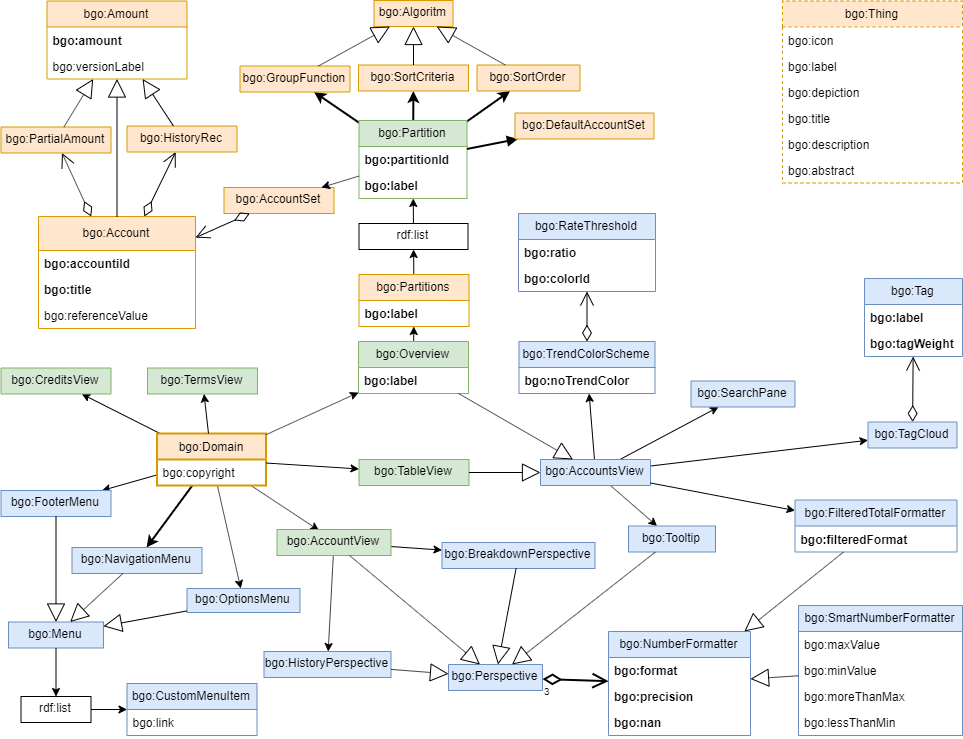
Before: v1/bgo/doc/uml-diagram.png, a diagram exported from draw.io (linkeddatacenter/LODMAP-ontologies). Source tidied: cells renumbered, new cells last; positions are measured from the earlier drawing's top-left corner, leaving out a move shared by most shapes.
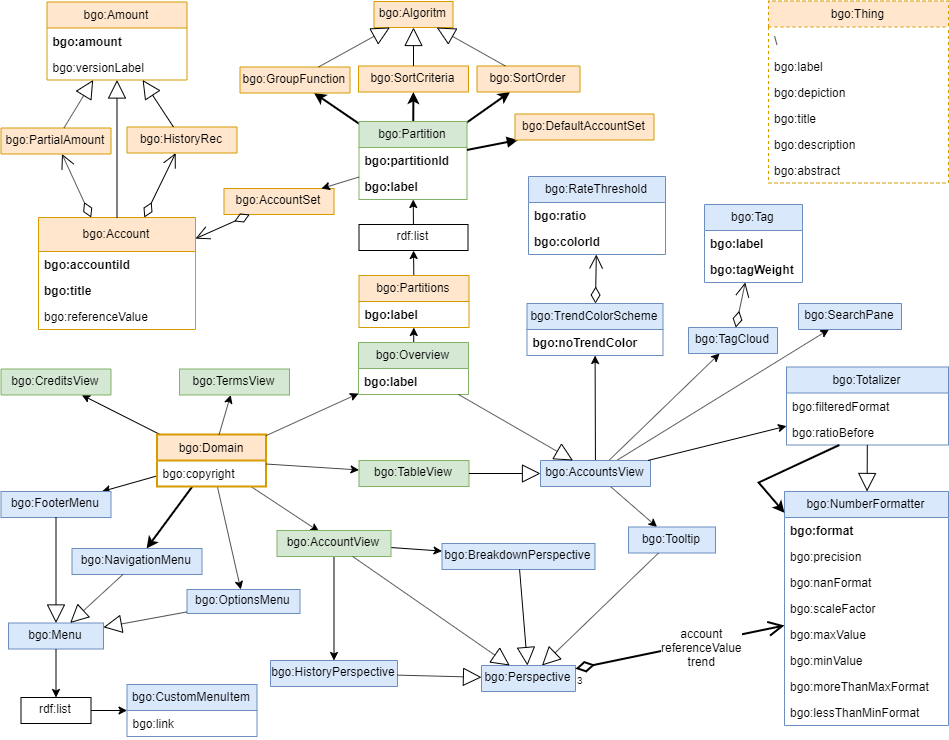
The same file after the commit.

The edit, as a diff of the source:
```diff
@@ -45,9 +45,9 @@
       <mxGeometry x="-0.05" y="-7" relative="1" as="geometry" />
     </mxCell>
     <mxCell id="16" value="bgo:Thing" style="swimlane;fontStyle=0;horizontal=1;startSize=26;fillColor=#ffe6cc;swimlaneFillColor=#ffffff;strokeColor=#d79b00;dashed=1;" parent="1" vertex="1">
-      <mxGeometry x="782" y="0.5" width="180" height="182" as="geometry" />
+      <mxGeometry x="768" y="-0.5" width="180" height="182" as="geometry" />
     </mxCell>
-    <mxCell id="17" value="bgo:icon" style="text;strokeColor=none;fillColor=none;align=left;verticalAlign=top;spacingLeft=4;spacingRight=4;overflow=hidden;dashed=1;" parent="16" vertex="1">
+    <mxCell id="17" value="\" style="text;strokeColor=none;fillColor=none;align=left;verticalAlign=top;spacingLeft=4;spacingRight=4;overflow=hidden;dashed=1;" parent="16" vertex="1">
       <mxGeometry y="26" width="180" height="26" as="geometry" />
     </mxCell>
     <mxCell id="18" value="bgo:label" style="text;strokeColor=none;fillColor=none;align=left;verticalAlign=top;spacingLeft=4;spacingRight=4;overflow=hidden;dashed=1;fontStyle=0;" parent="16" vertex="1">
@@ -184,13 +184,13 @@
       <mxGeometry x="540" y="459" width="110" height="26" as="geometry" />
     </mxCell>
     <mxCell id="61" value="bgo:HistoryPerspective" style="swimlane;fontStyle=0;horizontal=1;startSize=26;fillColor=#dae8fc;swimlaneFillColor=#ffffff;strokeColor=#6c8ebf;" parent="1" vertex="1" collapsed="1">
-      <mxGeometry x="263.5" y="651" width="127" height="26" as="geometry" />
+      <mxGeometry x="270" y="659" width="127" height="26" as="geometry" />
     </mxCell>
     <mxCell id="62" value="bgo:CreditsView" style="swimlane;fontStyle=0;horizontal=1;startSize=26;fillColor=#d5e8d4;swimlaneFillColor=#ffffff;strokeColor=#82b366;" parent="1" vertex="1" collapsed="1">
       <mxGeometry x="0.5" y="367.5" width="110" height="26" as="geometry" />
     </mxCell>
     <mxCell id="63" value="bgo:TermsView" style="swimlane;fontStyle=0;horizontal=1;startSize=26;fillColor=#d5e8d4;swimlaneFillColor=#ffffff;strokeColor=#82b366;" parent="1" vertex="1" collapsed="1">
-      <mxGeometry x="147" y="367.5" width="110" height="26" as="geometry" />
+      <mxGeometry x="179" y="367.5" width="110" height="26" as="geometry" />
     </mxCell>
     <mxCell id="64" value="bgo:NavigationMenu" style="swimlane;fontStyle=0;horizontal=1;startSize=26;fillColor=#dae8fc;swimlaneFillColor=#ffffff;strokeColor=#6c8ebf;" parent="1" vertex="1" collapsed="1">
       <mxGeometry x="71.5" y="547" width="130" height="26" as="geometry" />
@@ -235,13 +235,13 @@
       <mxGeometry y="26" width="130" height="26" as="geometry" />
     </mxCell>
     <mxCell id="78" value="bgo:SearchPane" style="swimlane;fontStyle=0;horizontal=1;startSize=26;fillColor=#dae8fc;swimlaneFillColor=#ffffff;strokeColor=#6c8ebf;" parent="1" vertex="1" collapsed="1">
-      <mxGeometry x="690.5" y="380.5" width="104" height="26" as="geometry" />
+      <mxGeometry x="798" y="302" width="103" height="26" as="geometry" />
     </mxCell>
     <mxCell id="79" value="bgo:TagCloud" style="swimlane;fontStyle=0;horizontal=1;startSize=26;fillColor=#dae8fc;swimlaneFillColor=#ffffff;strokeColor=#6c8ebf;" parent="1" vertex="1" collapsed="1">
-      <mxGeometry x="867.5" y="421.5" width="89" height="26" as="geometry" />
+      <mxGeometry x="688" y="326" width="89" height="26" as="geometry" />
     </mxCell>
     <mxCell id="80" value="bgo:TrendColorScheme" style="swimlane;fontStyle=0;horizontal=1;startSize=26;fillColor=#dae8fc;swimlaneFillColor=#ffffff;strokeColor=#6c8ebf;" parent="1" vertex="1">
-      <mxGeometry x="518.5" y="341" width="136" height="52" as="geometry" />
+      <mxGeometry x="526.5" y="302" width="136" height="52" as="geometry" />
     </mxCell>
     <mxCell id="81" value="bgo:noTrendColor" style="text;strokeColor=none;fillColor=none;align=left;verticalAlign=top;spacingLeft=4;spacingRight=4;overflow=hidden;fontStyle=1;" parent="80" vertex="1">
       <mxGeometry y="26" width="136" height="26" as="geometry" />
@@ -288,7 +288,7 @@
       <mxGeometry y="26" width="110" height="26" as="geometry" />
     </mxCell>
     <mxCell id="95" value="bgo:RateThreshold" style="swimlane;fontStyle=0;horizontal=1;startSize=26;fillColor=#dae8fc;swimlaneFillColor=#ffffff;strokeColor=#6c8ebf;" parent="1" vertex="1">
-      <mxGeometry x="518" y="213" width="137" height="78" as="geometry" />
+      <mxGeometry x="528" y="175" width="137" height="78" as="geometry" />
     </mxCell>
     <mxCell id="96" value="bgo:ratio" style="text;strokeColor=none;fillColor=none;align=left;verticalAlign=top;spacingLeft=4;spacingRight=4;overflow=hidden;fontStyle=1;" parent="95" vertex="1">
       <mxGeometry y="26" width="137" height="26" as="geometry" />
@@ -308,7 +308,7 @@
       <mxGeometry x="1" relative="1" as="geometry" />
     </mxCell>
     <mxCell id="101" value="bgo:Tag" style="swimlane;fontStyle=0;horizontal=1;startSize=26;fillColor=#dae8fc;swimlaneFillColor=#ffffff;strokeColor=#6c8ebf;" parent="1" vertex="1">
-      <mxGeometry x="864" y="278" width="98" height="78" as="geometry" />
+      <mxGeometry x="704" y="203" width="98" height="78" as="geometry" />
     </mxCell>
     <mxCell id="102" value="bgo:label" style="text;strokeColor=none;fillColor=none;align=left;verticalAlign=top;spacingLeft=4;spacingRight=4;overflow=hidden;dashed=1;fontStyle=1;" parent="101" vertex="1">
       <mxGeometry y="26" width="98" height="26" as="geometry" />
@@ -336,18 +336,6 @@
     <mxCell id="109" value="bgo:BreakdownPerspective" style="swimlane;fontStyle=0;horizontal=1;startSize=26;fillColor=#dae8fc;swimlaneFillColor=#ffffff;strokeColor=#6c8ebf;" parent="1" vertex="1" collapsed="1">
       <mxGeometry x="441.5" y="542" width="153" height="26" as="geometry" />
     </mxCell>
-    <mxCell id="110" value="bgo:NumberFormatter" style="swimlane;fontStyle=0;horizontal=1;startSize=26;fillColor=#dae8fc;swimlaneFillColor=#ffffff;strokeColor=#6c8ebf;" parent="1" vertex="1">
-      <mxGeometry x="608" y="631" width="142" height="104" as="geometry" />
-    </mxCell>
-    <mxCell id="111" value="bgo:format" style="text;strokeColor=none;fillColor=none;align=left;verticalAlign=top;spacingLeft=4;spacingRight=4;overflow=hidden;fontStyle=1;" parent="110" vertex="1">
-      <mxGeometry y="26" width="142" height="26" as="geometry" />
-    </mxCell>
-    <mxCell id="112" value="bgo:precision" style="text;strokeColor=none;fillColor=none;align=left;verticalAlign=top;spacingLeft=4;spacingRight=4;overflow=hidden;fontStyle=1;" parent="110" vertex="1">
-      <mxGeometry y="52" width="142" height="26" as="geometry" />
-    </mxCell>
-    <mxCell id="113" value="bgo:nan" style="text;strokeColor=none;fillColor=none;align=left;verticalAlign=top;spacingLeft=4;spacingRight=4;overflow=hidden;fontStyle=1;" parent="110" vertex="1">
-      <mxGeometry y="78" width="142" height="26" as="geometry" />
-    </mxCell>
     <mxCell id="114" value="bgo:Tooltip" style="swimlane;fontStyle=0;horizontal=1;startSize=34;fillColor=#dae8fc;swimlaneFillColor=#ffffff;strokeColor=#6c8ebf;" parent="1" vertex="1" collapsed="1">
       <mxGeometry x="628" y="525.5" width="87" height="26" as="geometry" />
     </mxCell>
@@ -357,38 +345,50 @@
     <mxCell id="116" style="edgeStyle=none;rounded=0;orthogonalLoop=1;jettySize=auto;html=1;exitX=0.5;exitY=1;exitDx=0;exitDy=0;strokeWidth=1;" parent="1" edge="1" source="61" target="61">
       <mxGeometry relative="1" as="geometry" />
     </mxCell>
-    <mxCell id="117" value="bgo:SmartNumberFormatter" style="swimlane;fontStyle=0;horizontal=1;startSize=26;fillColor=#dae8fc;swimlaneFillColor=#ffffff;strokeColor=#6c8ebf;" parent="1" vertex="1">
-      <mxGeometry x="798" y="605" width="164" height="130" as="geometry" />
+    <mxCell id="117" value="bgo:NumberFormatter" style="swimlane;fontStyle=0;horizontal=1;startSize=26;fillColor=#dae8fc;swimlaneFillColor=#ffffff;strokeColor=#6c8ebf;" parent="1" vertex="1">
+      <mxGeometry x="784" y="490" width="164" height="234" as="geometry" />
     </mxCell>
+    <mxCell id="111" value="bgo:format" style="text;strokeColor=none;fillColor=none;align=left;verticalAlign=top;spacingLeft=4;spacingRight=4;overflow=hidden;fontStyle=1;" parent="117" vertex="1">
+      <mxGeometry y="26" width="164" height="26" as="geometry" />
+    </mxCell>
+    <mxCell id="112" value="bgo:precision" style="text;strokeColor=none;fillColor=none;align=left;verticalAlign=top;spacingLeft=4;spacingRight=4;overflow=hidden;fontStyle=0;" parent="117" vertex="1">
+      <mxGeometry y="52" width="164" height="26" as="geometry" />
+    </mxCell>
+    <mxCell id="113" value="bgo:nanFormat" style="text;strokeColor=none;fillColor=none;align=left;verticalAlign=top;spacingLeft=4;spacingRight=4;overflow=hidden;fontStyle=0;" parent="117" vertex="1">
+      <mxGeometry y="78" width="164" height="26" as="geometry" />
+    </mxCell>
+    <mxCell id="136" value="bgo:scaleFactor" style="text;strokeColor=none;fillColor=none;align=left;verticalAlign=top;spacingLeft=4;spacingRight=4;overflow=hidden;fontStyle=0;" parent="117" vertex="1">
+      <mxGeometry y="104" width="164" height="26" as="geometry" />
+    </mxCell>
     <mxCell id="118" value="bgo:maxValue" style="text;strokeColor=none;fillColor=none;align=left;verticalAlign=top;spacingLeft=4;spacingRight=4;overflow=hidden;fontStyle=0;" parent="117" vertex="1">
-      <mxGeometry y="26" width="164" height="26" as="geometry" />
+      <mxGeometry y="130" width="164" height="26" as="geometry" />
     </mxCell>
     <mxCell id="119" value="bgo:minValue" style="text;strokeColor=none;fillColor=none;align=left;verticalAlign=top;spacingLeft=4;spacingRight=4;overflow=hidden;fontStyle=0;" parent="117" vertex="1">
-      <mxGeometry y="52" width="164" height="26" as="geometry" />
+      <mxGeometry y="156" width="164" height="26" as="geometry" />
     </mxCell>
-    <mxCell id="120" value="bgo:moreThanMax" style="text;strokeColor=none;fillColor=none;align=left;verticalAlign=top;spacingLeft=4;spacingRight=4;overflow=hidden;fontStyle=0;" parent="117" vertex="1">
-      <mxGeometry y="78" width="164" height="26" as="geometry" />
+    <mxCell id="120" value="bgo:moreThanMaxFormat" style="text;strokeColor=none;fillColor=none;align=left;verticalAlign=top;spacingLeft=4;spacingRight=4;overflow=hidden;fontStyle=0;" parent="117" vertex="1">
+      <mxGeometry y="182" width="164" height="26" as="geometry" />
     </mxCell>
-    <mxCell id="121" value="bgo:lessThanMin" style="text;strokeColor=none;fillColor=none;align=left;verticalAlign=top;spacingLeft=4;spacingRight=4;overflow=hidden;fontStyle=0;" parent="117" vertex="1">
-      <mxGeometry y="104" width="164" height="26" as="geometry" />
+    <mxCell id="121" value="bgo:lessThanMinFormat" style="text;strokeColor=none;fillColor=none;align=left;verticalAlign=top;spacingLeft=4;spacingRight=4;overflow=hidden;fontStyle=0;" parent="117" vertex="1">
+      <mxGeometry y="208" width="164" height="26" as="geometry" />
     </mxCell>
-    <mxCell id="122" style="endArrow=block;endSize=16;endFill=0;html=1;" parent="1" edge="1" source="117" target="110">
-      <mxGeometry relative="1" as="geometry" />
-    </mxCell>
-    <mxCell id="123" value="bgo:FilteredTotalFormatter" style="swimlane;fontStyle=0;horizontal=1;startSize=26;fillColor=#dae8fc;swimlaneFillColor=#ffffff;strokeColor=#6c8ebf;" parent="1" vertex="1">
-      <mxGeometry x="794.5" y="499.5" width="162" height="52" as="geometry" />
+    <mxCell id="123" value="bgo:Totalizer" style="swimlane;fontStyle=0;horizontal=1;startSize=26;fillColor=#dae8fc;swimlaneFillColor=#ffffff;strokeColor=#6c8ebf;" parent="1" vertex="1">
+      <mxGeometry x="786" y="365.5" width="162" height="78" as="geometry" />
     </mxCell>
+    <mxCell id="137" value="bgo:filteredFormat" style="text;strokeColor=none;fillColor=none;align=left;verticalAlign=top;spacingLeft=4;spacingRight=4;overflow=hidden;fontStyle=0;" parent="123" vertex="1">
+      <mxGeometry y="26" width="162" height="26" as="geometry" />
+    </mxCell>
-    <mxCell id="124" value="bgo:filteredFormat" style="text;strokeColor=none;fillColor=none;align=left;verticalAlign=top;spacingLeft=4;spacingRight=4;overflow=hidden;points=[[0,0.5],[1,0.5]];portConstraint=eastwest;fontStyle=1;" parent="123" vertex="1">
-      <mxGeometry y="26" width="162" height="26" as="geometry" />
+    <mxCell id="124" value="bgo:ratioBefore" style="text;strokeColor=none;fillColor=none;align=left;verticalAlign=top;spacingLeft=4;spacingRight=4;overflow=hidden;points=[[0,0.5],[1,0.5]];portConstraint=eastwest;fontStyle=0;" parent="123" vertex="1">
+      <mxGeometry y="52" width="162" height="26" as="geometry" />
     </mxCell>
-    <mxCell id="125" style="endArrow=block;endSize=16;endFill=0;html=1;" parent="1" edge="1" source="123" target="110">
+    <mxCell id="125" style="endArrow=block;endSize=16;endFill=0;html=1;" parent="1" edge="1" source="123" target="117">
       <mxGeometry relative="1" as="geometry" />
     </mxCell>
     <mxCell id="126" style="edgeStyle=none;rounded=0;jettySize=auto;html=1;" parent="1" edge="1" source="60" target="123">
       <mxGeometry relative="1" as="geometry" />
     </mxCell>
     <mxCell id="127" value="bgo:Perspective" style="swimlane;fontStyle=0;horizontal=1;startSize=34;fillColor=#dae8fc;swimlaneFillColor=#ffffff;strokeColor=#6c8ebf;" parent="1" vertex="1" collapsed="1">
-      <mxGeometry x="448" y="664" width="94" height="26" as="geometry" />
+      <mxGeometry x="481" y="664" width="94" height="26" as="geometry" />
     </mxCell>
     <mxCell id="128" style="endArrow=block;endSize=16;endFill=0;html=1;" parent="1" edge="1" source="109" target="127">
       <mxGeometry relative="1" as="geometry" />
@@ -402,7 +402,7 @@
     <mxCell id="131" style="endArrow=block;endSize=16;endFill=0;html=1;" parent="1" edge="1" source="107" target="127">
       <mxGeometry relative="1" as="geometry" />
     </mxCell>
-    <mxCell id="132" style="endArrow=open;html=1;endSize=12;startArrow=diamondThin;startSize=14;startFill=0;strokeWidth=2;" parent="1" edge="1" source="127" target="110">
+    <mxCell id="132" style="endArrow=open;html=1;endSize=12;startArrow=diamondThin;startSize=14;startFill=0;strokeWidth=2;" parent="1" edge="1" source="127" target="117">
       <mxGeometry relative="1" as="geometry" />
     </mxCell>
     <mxCell id="133" value="3" style="html=1;align=left;verticalAlign=top;labelBackgroundColor=#ffffff;fontSize=10;" parent="132" vertex="1">
@@ -411,8 +411,18 @@
     <mxCell id="134" style="html=1;align=right;verticalAlign=top;labelBackgroundColor=#ffffff;fontSize=10;" parent="132" vertex="1">
       <mxGeometry x="1" relative="1" as="geometry" />
     </mxCell>
+    <mxCell id="138" value="account&lt;br&gt;referenceValue&lt;br&gt;trend" style="text;html=1;align=center;verticalAlign=middle;labelBackgroundColor=#ffffff;" parent="132" vertex="1">
+      <mxGeometry x="0.2" y="-4" relative="1" as="geometry" />
+    </mxCell>
     <mxCell id="135" style="edgeStyle=none;rounded=0;orthogonalLoop=1;jettySize=auto;html=1;exitX=0.5;exitY=0;exitDx=0;exitDy=0;strokeWidth=2;" parent="1" edge="1" source="117" target="117">
       <mxGeometry relative="1" as="geometry" />
     </mxCell>
+    <mxCell id="139" style="edgeStyle=none;rounded=0;jettySize=auto;html=1;strokeWidth=2;" parent="1" edge="1" source="124" target="117">
+      <mxGeometry relative="1" as="geometry">
+        <Array as="points">
+          <mxPoint x="758" y="481" />
+        </Array>
+      </mxGeometry>
+    </mxCell>
   </root>
 </mxGraphModel>
```
